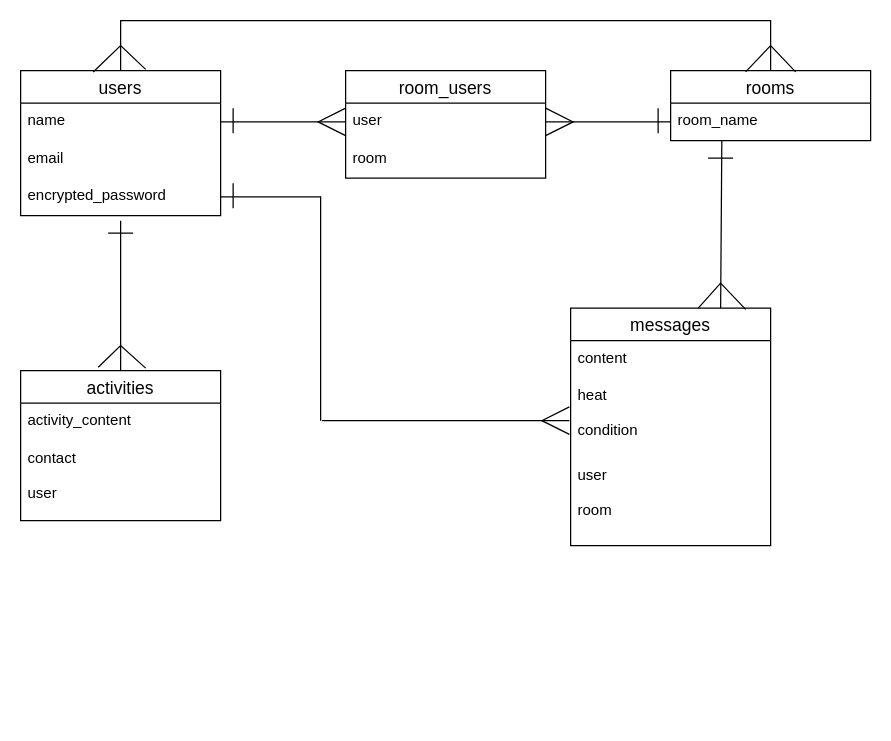
Earlier version of the draw.io diagram ouchi-to-en.dio (mizuha1230/ouchi-to-en). Source tidied: cells renumbered, new cells numbered last; positions are measured from the earlier drawing's top-left corner, leaving out a move shared by most shapes. Both pictures are drawn from the tidied source at 125%, with x=0, y=0 at pixel (20, 20).
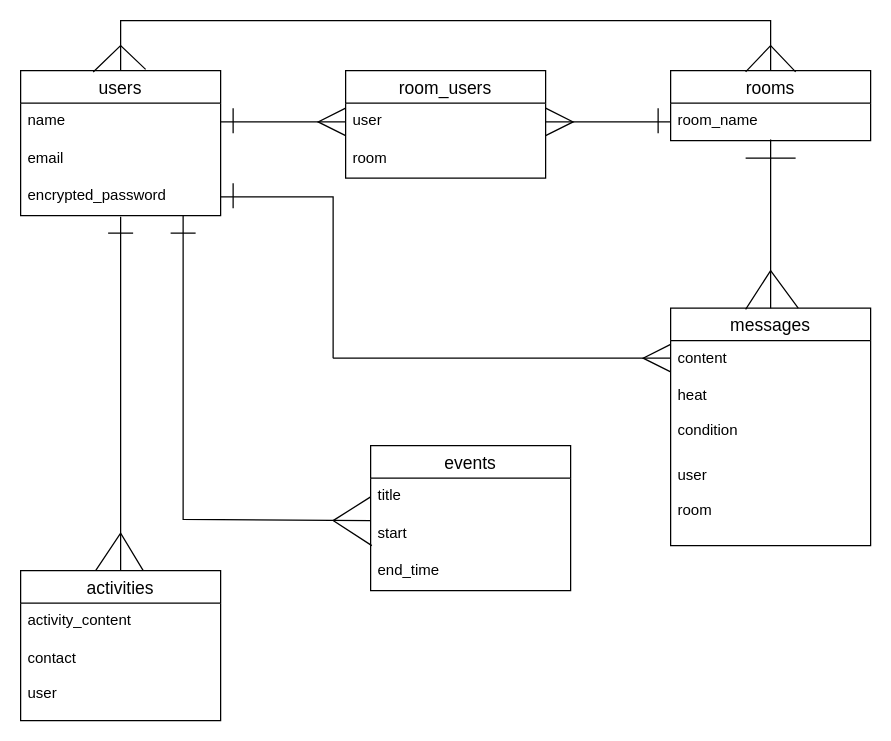
The same page after the edit.

Unchanged cells that the change refers to:
```xml
<mxCell id="9" value="encrypted_password" style="text;strokeColor=none;fillColor=none;spacingLeft=4;spacingRight=4;overflow=hidden;points=[[0,0.5],[1,0.5]];portConstraint=eastwest;fontSize=12;" parent="6" vertex="1">
  <mxGeometry y="86" width="160" height="30" as="geometry" />
</mxCell>
<mxCell id="15" value="room_name" style="text;strokeColor=none;fillColor=none;spacingLeft=4;spacingRight=4;overflow=hidden;points=[[0,0.5],[1,0.5]];portConstraint=eastwest;fontSize=12;" parent="14" vertex="1">
  <mxGeometry y="26" width="160" height="30" as="geometry" />
</mxCell>
```

What changed in the source:
```diff
@@
     <mxCell id="10" value="messages" style="swimlane;fontStyle=0;horizontal=1;startSize=26;align=center;fontSize=14;" parent="1" vertex="1">
-      <mxGeometry x="440" y="230" width="160" height="190" as="geometry" />
+      <mxGeometry x="520" y="230" width="160" height="190" as="geometry" />
     </mxCell>
@@
     <mxCell id="16" value="activities" style="swimlane;fontStyle=0;horizontal=1;startSize=26;align=center;fontSize=14;" parent="1" vertex="1">
-      <mxGeometry y="280" width="160" height="120" as="geometry" />
+      <mxGeometry y="440" width="160" height="120" as="geometry" />
     </mxCell>
@@
-    <mxCell id="20" style="endArrow=none;html=1;rounded=0;strokeWidth=1;exitX=1;exitY=0.5;exitDx=0;exitDy=0;" parent="1" edge="1" source="9">
-      <mxGeometry relative="1" as="geometry">
-        <mxPoint x="240" y="320" as="targetPoint" />
-        <Array as="points">
-          <mxPoint x="240" y="141" />
-          <mxPoint x="240" y="320" />
-        </Array>
-      </mxGeometry>
-    </mxCell>
@@
-    <mxCell id="22" style="endArrow=none;html=1;rounded=0;strokeWidth=1;entryX=0.75;entryY=0;entryDx=0;entryDy=0;exitX=0.256;exitY=1;exitDx=0;exitDy=0;exitPerimeter=0;" parent="1" edge="1" source="15" target="10">
-      <mxGeometry relative="1" as="geometry" />
+    <mxCell id="22" style="endArrow=none;html=1;rounded=0;strokeWidth=1;entryX=0.5;entryY=0;entryDx=0;entryDy=0;" parent="1" edge="1" target="10">
+      <mxGeometry relative="1" as="geometry">
+        <mxPoint x="600" y="95" as="sourcePoint" />
+      </mxGeometry>
     </mxCell>
@@
     <mxCell id="25" style="endArrow=none;html=1;rounded=0;strokeWidth=1;exitX=0.638;exitY=0;exitDx=0;exitDy=0;exitPerimeter=0;" parent="1" edge="1" source="10">
       <mxGeometry relative="1" as="geometry">
         <mxPoint x="580" y="231" as="targetPoint" />
         <Array as="points">
-          <mxPoint x="560" y="210" />
+          <mxPoint x="600" y="200" />
         </Array>
       </mxGeometry>
     </mxCell>
@@
     <mxCell id="29" style="endArrow=none;html=1;rounded=0;strokeWidth=1;" parent="1" edge="1">
       <mxGeometry relative="1" as="geometry">
-        <mxPoint x="550" y="110" as="sourcePoint" />
-        <mxPoint x="570" y="110" as="targetPoint" />
+        <mxPoint x="590" y="110" as="sourcePoint" />
+        <mxPoint x="580" y="110" as="targetPoint" />
+        <Array as="points">
+          <mxPoint x="620" y="110" />
+        </Array>
       </mxGeometry>
     </mxCell>
-    <mxCell id="30" style="edgeStyle=entityRelationEdgeStyle;fontSize=12;html=1;endArrow=ERmany;strokeWidth=1;entryX=-0.012;entryY=0.133;entryDx=0;entryDy=0;entryPerimeter=0;endSize=20;" parent="1" edge="1">
+    <mxCell id="30" style="edgeStyle=entityRelationEdgeStyle;fontSize=12;html=1;endArrow=ERmany;strokeWidth=1;endSize=20;" parent="1" edge="1">
       <mxGeometry relative="1" as="geometry">
-        <mxPoint x="241" y="320" as="sourcePoint" />
-        <mxPoint x="439" y="320" as="targetPoint" />
+        <mxPoint x="250" y="270" as="sourcePoint" />
+        <mxPoint x="520" y="270" as="targetPoint" />
       </mxGeometry>
     </mxCell>
-    <mxCell id="31" style="endArrow=none;html=1;rounded=0;strokeWidth=1;exitX=0.388;exitY=-0.023;exitDx=0;exitDy=0;exitPerimeter=0;" parent="1" edge="1" source="16">
+    <mxCell id="31" style="endArrow=none;html=1;rounded=0;strokeWidth=1;entryX=0.613;entryY=0;entryDx=0;entryDy=0;entryPerimeter=0;exitX=0.375;exitY=0;exitDx=0;exitDy=0;exitPerimeter=0;" parent="1" edge="1" source="16" target="16">
       <mxGeometry relative="1" as="geometry">
-        <mxPoint x="100" y="278" as="targetPoint" />
         <Array as="points">
-          <mxPoint x="80" y="260" />
+          <mxPoint x="80" y="410" />
         </Array>
       </mxGeometry>
     </mxCell>
-    <mxCell id="32" style="endArrow=none;html=1;rounded=0;strokeWidth=1;entryX=0.5;entryY=0;entryDx=0;entryDy=0;" parent="1" edge="1" target="16">
+    <mxCell id="32" style="endArrow=none;html=1;rounded=0;strokeWidth=1;entryX=0.5;entryY=0;entryDx=0;entryDy=0;exitX=0.5;exitY=1.033;exitDx=0;exitDy=0;exitPerimeter=0;" parent="1" edge="1" source="9" target="16">
       <mxGeometry relative="1" as="geometry">
-        <mxPoint x="80" y="160" as="sourcePoint" />
         <Array as="points">
           <mxPoint x="80" y="200" />
         </Array>
       </mxGeometry>
     </mxCell>
@@
+    <mxCell id="34" style="endArrow=none;html=1;rounded=0;exitX=1;exitY=0.5;exitDx=0;exitDy=0;" parent="1" edge="1" source="9">
+      <mxGeometry relative="1" as="geometry">
+        <mxPoint x="250" y="270" as="targetPoint" />
+        <Array as="points">
+          <mxPoint x="250" y="141" />
+        </Array>
+      </mxGeometry>
+    </mxCell>
+    <mxCell id="35" value="events" style="swimlane;fontStyle=0;horizontal=1;startSize=26;align=center;fontSize=14;" parent="1" vertex="1">
+      <mxGeometry x="280" y="340" width="160" height="116" as="geometry" />
+    </mxCell>
+    <mxCell id="36" value="title" style="text;strokeColor=none;fillColor=none;spacingLeft=4;spacingRight=4;overflow=hidden;points=[[0,0.5],[1,0.5]];portConstraint=eastwest;fontSize=12;" parent="35" vertex="1">
+      <mxGeometry y="26" width="160" height="30" as="geometry" />
+    </mxCell>
+    <mxCell id="37" value="start" style="text;strokeColor=none;fillColor=none;spacingLeft=4;spacingRight=4;overflow=hidden;points=[[0,0.5],[1,0.5]];portConstraint=eastwest;fontSize=12;" parent="35" vertex="1">
+      <mxGeometry y="56" width="160" height="30" as="geometry" />
+    </mxCell>
+    <mxCell id="38" value="end_time" style="text;strokeColor=none;fillColor=none;spacingLeft=4;spacingRight=4;overflow=hidden;fontSize=12;" parent="35" vertex="1">
+      <mxGeometry y="86" width="160" height="30" as="geometry" />
+    </mxCell>
+    <mxCell id="39" style="endArrow=none;html=1;rounded=0;exitX=0.006;exitY=0.8;exitDx=0;exitDy=0;exitPerimeter=0;entryX=0;entryY=0.5;entryDx=0;entryDy=0;" parent="35" edge="1" source="37" target="36">
+      <mxGeometry relative="1" as="geometry">
+        <Array as="points">
+          <mxPoint x="-30" y="60" />
+        </Array>
+      </mxGeometry>
+    </mxCell>
+    <mxCell id="40" style="endArrow=none;html=1;rounded=0;" parent="1" edge="1">
+      <mxGeometry relative="1" as="geometry">
+        <mxPoint x="130" y="156" as="sourcePoint" />
+        <mxPoint x="280" y="400" as="targetPoint" />
+        <Array as="points">
+          <mxPoint x="130" y="239" />
+          <mxPoint x="130" y="399" />
+        </Array>
+      </mxGeometry>
+    </mxCell>
+    <mxCell id="41" style="endArrow=none;html=1;rounded=0;" parent="1" edge="1">
+      <mxGeometry relative="1" as="geometry">
+        <mxPoint x="120" y="170" as="sourcePoint" />
+        <mxPoint x="140" y="170" as="targetPoint" />
+      </mxGeometry>
+    </mxCell>
```
